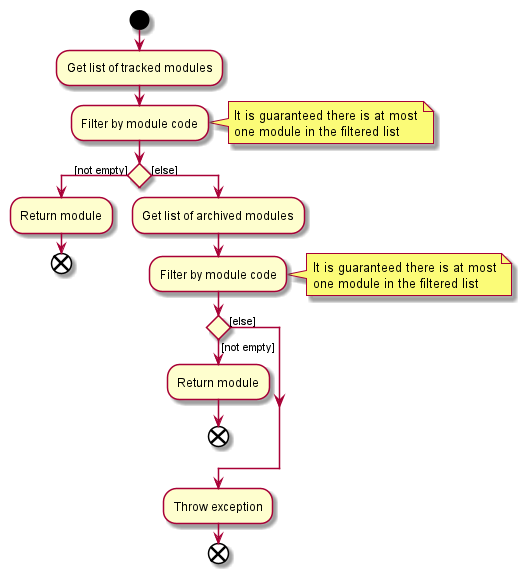
The PlantUML diagram docs/images/ModuleViewFindModuleActivityDiagram.png in nus-cs2103-AY1920S1/addressbook-level3, before a commit.
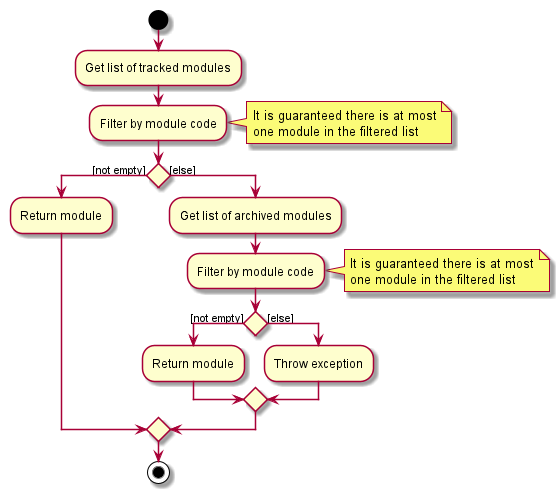
The same diagram one commit later.

The edit, as a diff of the source:
```diff
@@ -11,26 +11,22 @@
 
 if () then ([not empty])
     :Return module;
-    end
 
 else([else])
+    :Get list of archived modules;
+    :Filter by module code;
+    note right
+    It is guaranteed there is at most
+    one module in the filtered list
+    end note
 
-:Get list of archived modules;
-
-:Filter by module code;
-note right
-It is guaranteed there is at most
-one module in the filtered list
-end note
-
-if () then ([not empty])
-    :Return module;
-    end
-else([else])
-
+    if () then ([not empty])
+        :Return module;
+    else([else])
+        :Throw exception;
+    endif
 endif
 
-:Throw exception;
-end
+stop
 
 @enduml
```
